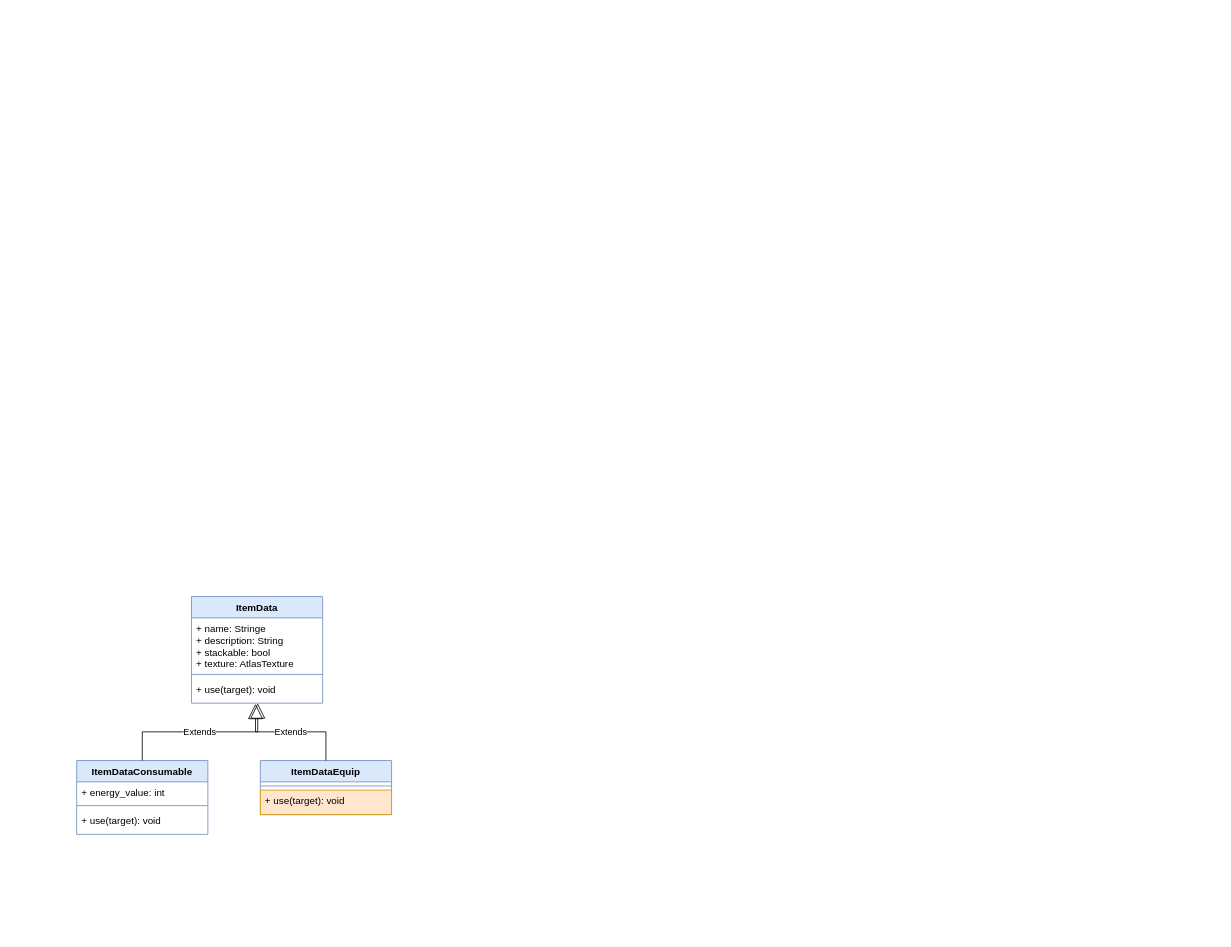
The draw.io diagram DoCP.drawio in tabitaschu/docp_data, before the edit. Source tidied: cells renumbered, new cells numbered last; positions are measured from the earlier drawing's top-left corner, leaving out a move shared by most shapes. Both pictures are drawn from the tidied source at 82%, with x=0, y=0 at pixel (76, 596).
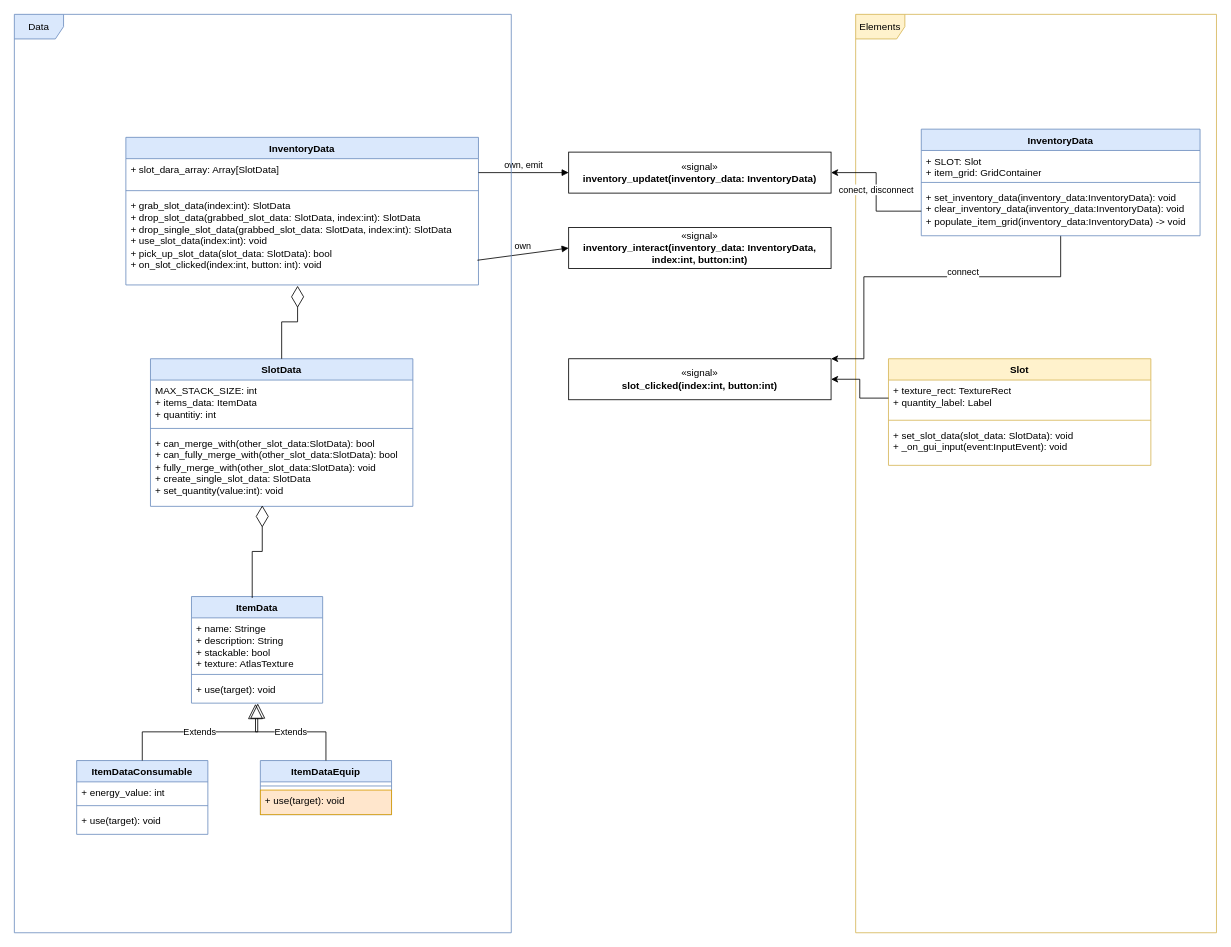
The same page after the edit.

Unchanged cells that the change refers to:
```xml
<mxCell id="2" value="ItemData" style="swimlane;fontStyle=1;align=center;verticalAlign=top;horizontal=1;startSize=26;whiteSpace=wrap;html=1;fillColor=#dae8fc;strokeColor=#6c8ebf;" parent="1" vertex="1">
  <mxGeometry x="140" width="160" height="130" as="geometry" />
</mxCell>
```

What changed in the source:
```diff
@@
+    <mxCell id="15" value="SlotData" style="swimlane;fontStyle=1;align=center;verticalAlign=top;horizontal=1;startSize=26;whiteSpace=wrap;html=1;fillColor=#dae8fc;strokeColor=#6c8ebf;" parent="1" vertex="1">
+      <mxGeometry x="90" y="-290" width="320" height="180" as="geometry" />
+    </mxCell>
+    <mxCell id="16" value="MAX_STACK_SIZE: int&lt;div&gt;+ items_data: ItemData&lt;/div&gt;&lt;div&gt;+ quantitiy: int&lt;br&gt;&lt;/div&gt;" style="text;strokeColor=none;fillColor=none;align=left;verticalAlign=top;spacingLeft=4;spacingRight=4;overflow=hidden;whiteSpace=wrap;html=1;" parent="15" vertex="1">
+      <mxGeometry y="26" width="320" height="54" as="geometry" />
+    </mxCell>
+    <mxCell id="17" style="line;strokeWidth=1;fillColor=none;align=left;verticalAlign=middle;spacingTop=-1;spacingLeft=3;spacingRight=3;labelPosition=right;strokeColor=inherit;" parent="15" vertex="1">
+      <mxGeometry y="80" width="320" height="10" as="geometry" />
+    </mxCell>
+    <mxCell id="18" value="+ can_merge_with(other_slot_data:SlotData): bool&lt;div&gt;+ can_fully_merge_with(other_slot_data:SlotData): bool&lt;/div&gt;&lt;div&gt;+ fully_merge_with(other_slot_data:SlotData): void&lt;/div&gt;&lt;div&gt;+&amp;nbsp;create_single_slot_data: SlotData&lt;/div&gt;&lt;div&gt;+ set_quantity(value:int): void&lt;/div&gt;&lt;div&gt;&lt;br&gt;&lt;/div&gt;" style="text;strokeColor=none;fillColor=none;align=left;verticalAlign=top;spacingLeft=4;spacingRight=4;overflow=hidden;points=[[0,0.5],[1,0.5]];portConstraint=eastwest;whiteSpace=wrap;html=1;" parent="15" vertex="1">
+      <mxGeometry y="90" width="320" height="90" as="geometry" />
+    </mxCell>
+    <mxCell id="19" style="endArrow=diamondThin;endFill=0;endSize=24;html=1;rounded=0;entryX=0.426;entryY=0.987;entryDx=0;entryDy=0;entryPerimeter=0;exitX=0.463;exitY=0.013;exitDx=0;exitDy=0;exitPerimeter=0;edgeStyle=elbowEdgeStyle;elbow=vertical;" parent="1" edge="1" source="2" target="18">
+      <mxGeometry relative="1" as="geometry" />
+    </mxCell>
+    <mxCell id="20" value="InventoryData" style="swimlane;fontStyle=1;align=center;verticalAlign=top;horizontal=1;startSize=26;whiteSpace=wrap;html=1;fillColor=#dae8fc;strokeColor=#6c8ebf;" parent="1" vertex="1">
+      <mxGeometry x="60" y="-560" width="430" height="180" as="geometry" />
+    </mxCell>
+    <mxCell id="21" value="&lt;div&gt;+ slot_dara_array: Array[SlotData]&lt;/div&gt;" style="text;strokeColor=none;fillColor=none;align=left;verticalAlign=top;spacingLeft=4;spacingRight=4;overflow=hidden;points=[[0,0.5],[1,0.5]];portConstraint=eastwest;whiteSpace=wrap;html=1;" parent="20" vertex="1">
+      <mxGeometry y="26" width="430" height="34" as="geometry" />
+    </mxCell>
+    <mxCell id="22" style="line;strokeWidth=1;fillColor=none;align=left;verticalAlign=middle;spacingTop=-1;spacingLeft=3;spacingRight=3;labelPosition=right;strokeColor=inherit;" parent="20" vertex="1">
+      <mxGeometry y="60" width="430" height="10" as="geometry" />
+    </mxCell>
+    <mxCell id="23" value="+ grab_slot_data(index:int): SlotData&lt;div&gt;+ drop_slot_data(grabbed_slot_data: SlotData, index:int): SlotData&lt;/div&gt;&lt;div&gt;+ drop_single_slot_data(grabbed_slot_data: SlotData, index:int): SlotData&lt;/div&gt;&lt;div&gt;+ use_slot_data(index:int): void&lt;/div&gt;&lt;div&gt;+ pick_up_slot_data(slot_data: SlotData): bool&lt;/div&gt;&lt;div&gt;+ on_slot_clicked(index:int, button: int): void&lt;br&gt;&lt;div&gt;&lt;br&gt;&lt;/div&gt;&lt;/div&gt;" style="text;strokeColor=none;fillColor=none;align=left;verticalAlign=top;spacingLeft=4;spacingRight=4;overflow=hidden;points=[[0,0.5],[1,0.5]];portConstraint=eastwest;whiteSpace=wrap;html=1;" parent="20" vertex="1">
+      <mxGeometry y="70" width="430" height="110" as="geometry" />
+    </mxCell>
+    <mxCell id="24" style="endArrow=diamondThin;endFill=0;endSize=24;html=1;rounded=0;entryX=0.487;entryY=1.009;entryDx=0;entryDy=0;entryPerimeter=0;exitX=0.5;exitY=0;exitDx=0;exitDy=0;edgeStyle=elbowEdgeStyle;elbow=vertical;" parent="1" edge="1" source="15" target="23">
+      <mxGeometry relative="1" as="geometry" />
+    </mxCell>
+    <mxCell id="25" value="«signal»&lt;br&gt;&lt;b&gt;inventory_updatet(inventory_data: InventoryData)&lt;/b&gt;" style="html=1;whiteSpace=wrap;" parent="1" vertex="1">
+      <mxGeometry x="600" y="-542" width="320" height="50" as="geometry" />
+    </mxCell>
+    <mxCell id="26" value="«signal»&lt;br&gt;&lt;b&gt;inventory_interact(inventory_data: InventoryData, index:int, button:int)&lt;/b&gt;" style="html=1;whiteSpace=wrap;" parent="1" vertex="1">
+      <mxGeometry x="600" y="-450" width="320" height="50" as="geometry" />
+    </mxCell>
+    <mxCell id="27" value="own" style="html=1;verticalAlign=bottom;endArrow=block;curved=0;rounded=0;entryX=0;entryY=0.5;entryDx=0;entryDy=0;exitX=0.997;exitY=0.726;exitDx=0;exitDy=0;exitPerimeter=0;" parent="1" edge="1" source="23" target="26">
+      <mxGeometry relative="1" as="geometry" />
+    </mxCell>
+    <mxCell id="28" value="own, emit" style="html=1;verticalAlign=bottom;endArrow=block;curved=0;rounded=0;exitX=1;exitY=0.5;exitDx=0;exitDy=0;entryX=0;entryY=0.5;entryDx=0;entryDy=0;" parent="1" edge="1" source="21" target="25">
+      <mxGeometry relative="1" as="geometry" />
+    </mxCell>
+    <mxCell id="29" value="Data" style="shape=umlFrame;whiteSpace=wrap;html=1;fillColor=#dae8fc;strokeColor=#6c8ebf;" parent="1" vertex="1">
+      <mxGeometry x="-76" y="-710" width="606" height="1120" as="geometry" />
+    </mxCell>
+    <mxCell id="30" value="Elements" style="shape=umlFrame;whiteSpace=wrap;html=1;fillColor=#fff2cc;strokeColor=#d6b656;" parent="1" vertex="1">
+      <mxGeometry x="950" y="-710" width="440" height="1120" as="geometry" />
+    </mxCell>
+    <mxCell id="31" value="Slot" style="swimlane;fontStyle=1;align=center;verticalAlign=top;horizontal=1;startSize=26;whiteSpace=wrap;html=1;fillColor=#fff2cc;strokeColor=#d6b656;" parent="1" vertex="1">
+      <mxGeometry x="990" y="-290" width="320" height="130" as="geometry" />
+    </mxCell>
+    <mxCell id="32" value="+ texture_rect: TextureRect&lt;div&gt;+ quantity_label: Label&lt;/div&gt;" style="text;strokeColor=none;fillColor=none;align=left;verticalAlign=top;spacingLeft=4;spacingRight=4;overflow=hidden;points=[[0,0.5],[1,0.5]];portConstraint=eastwest;whiteSpace=wrap;html=1;" parent="31" vertex="1">
+      <mxGeometry y="26" width="320" height="44" as="geometry" />
+    </mxCell>
+    <mxCell id="33" style="line;strokeWidth=1;fillColor=none;align=left;verticalAlign=middle;spacingTop=-1;spacingLeft=3;spacingRight=3;labelPosition=right;strokeColor=inherit;" parent="31" vertex="1">
+      <mxGeometry y="70" width="320" height="10" as="geometry" />
+    </mxCell>
+    <mxCell id="34" value="+ set_slot_data(slot_data: SlotData): void&lt;div&gt;+ _on_gui_input(event:InputEvent): void&lt;br&gt;&lt;div&gt;&lt;br&gt;&lt;/div&gt;&lt;/div&gt;" style="text;strokeColor=none;fillColor=none;align=left;verticalAlign=top;spacingLeft=4;spacingRight=4;overflow=hidden;whiteSpace=wrap;html=1;" parent="31" vertex="1">
+      <mxGeometry y="80" width="320" height="50" as="geometry" />
+    </mxCell>
+    <mxCell id="35" value="«signal»&lt;br&gt;&lt;b&gt;slot_clicked(index:int, button:int)&lt;/b&gt;" style="html=1;whiteSpace=wrap;" parent="1" vertex="1">
+      <mxGeometry x="600" y="-290" width="320" height="50" as="geometry" />
+    </mxCell>
+    <mxCell id="36" style="edgeStyle=orthogonalEdgeStyle;rounded=0;jettySize=auto;html=1;exitX=0;exitY=0.5;exitDx=0;exitDy=0;entryX=1;entryY=0.5;entryDx=0;entryDy=0;" parent="1" edge="1" source="32" target="35">
+      <mxGeometry relative="1" as="geometry" />
+    </mxCell>
+    <mxCell id="37" style="edgeStyle=orthogonalEdgeStyle;rounded=0;jettySize=auto;html=1;entryX=1;entryY=0;entryDx=0;entryDy=0;" parent="1" edge="1" source="39" target="35">
+      <mxGeometry relative="1" as="geometry">
+        <Array as="points">
+          <mxPoint x="1200" y="-390" />
+          <mxPoint x="960" y="-390" />
+          <mxPoint x="960" y="-290" />
+        </Array>
+      </mxGeometry>
+    </mxCell>
+    <mxCell id="38" value="connect&lt;div&gt;&lt;br&gt;&lt;/div&gt;" style="edgeLabel;html=1;align=center;verticalAlign=middle;" parent="37" vertex="1">
+      <mxGeometry x="-0.21" relative="1" as="geometry" />
+    </mxCell>
+    <mxCell id="39" value="InventoryData" style="swimlane;fontStyle=1;align=center;verticalAlign=top;horizontal=1;startSize=26;whiteSpace=wrap;html=1;fillColor=#dae8fc;strokeColor=#6c8ebf;" parent="1" vertex="1">
+      <mxGeometry x="1030" y="-570" width="340" height="130" as="geometry" />
+    </mxCell>
+    <mxCell id="40" value="&lt;div&gt;+ SLOT: Slot&lt;/div&gt;&lt;div&gt;+ item_grid: GridContainer&lt;/div&gt;" style="text;strokeColor=none;fillColor=none;align=left;verticalAlign=top;spacingLeft=4;spacingRight=4;overflow=hidden;whiteSpace=wrap;html=1;" parent="39" vertex="1">
+      <mxGeometry y="26" width="340" height="34" as="geometry" />
+    </mxCell>
+    <mxCell id="41" style="line;strokeWidth=1;fillColor=none;align=left;verticalAlign=middle;spacingTop=-1;spacingLeft=3;spacingRight=3;labelPosition=right;strokeColor=inherit;" parent="39" vertex="1">
+      <mxGeometry y="60" width="340" height="10" as="geometry" />
+    </mxCell>
+    <mxCell id="42" value="+ set_inventory_data(inventory_data:InventoryData): void&lt;div&gt;+ clear_inventory_data(inventory_data:InventoryData): void&lt;/div&gt;&lt;div&gt;+ populate_item_grid(inventory_data:InventoryData) -&amp;gt; void&lt;/div&gt;&lt;div&gt;&lt;div&gt;&lt;div&gt;&lt;br&gt;&lt;/div&gt;&lt;/div&gt;&lt;/div&gt;" style="text;strokeColor=none;fillColor=none;align=left;verticalAlign=top;spacingLeft=4;spacingRight=4;overflow=hidden;points=[[0,0.5],[1,0.5]];portConstraint=eastwest;whiteSpace=wrap;html=1;" parent="39" vertex="1">
+      <mxGeometry y="70" width="340" height="60" as="geometry" />
+    </mxCell>
+    <mxCell id="43" style="edgeStyle=orthogonalEdgeStyle;rounded=0;jettySize=auto;html=1;entryX=1;entryY=0.5;entryDx=0;entryDy=0;" parent="1" edge="1" source="42" target="25">
+      <mxGeometry relative="1" as="geometry" />
+    </mxCell>
+    <mxCell id="44" value="conect, disconnect" style="edgeLabel;html=1;align=center;verticalAlign=middle;" parent="43" vertex="1">
+      <mxGeometry x="0.04" y="1" relative="1" as="geometry" />
+    </mxCell>
```
